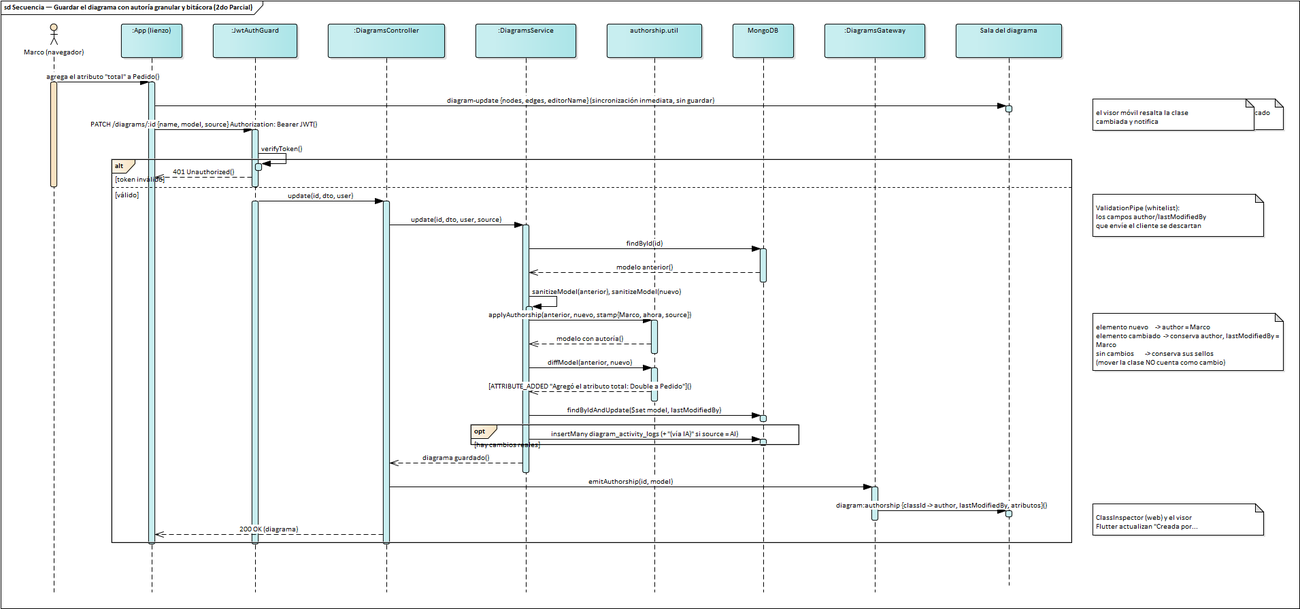
Above: docs/diagrams/ea/img/06_secuencia_guardado_autoria.png in luisfernandoAngulo28/generador_diagrama_clases_uml (PlantUML), before the change. Its source is kept beside it as docs/diagrams/2do_parcial/06_secuencia_guardado_autoria.plantuml. Its diagram source:
```plantuml
@startuml 06_secuencia_guardado_autoria
skinparam defaultFontName Arial
skinparam defaultFontSize 12
skinparam shadowing false
skinparam sequenceMessageAlign left
skinparam ParticipantBackgroundColor #EAF2FB
skinparam ParticipantBorderColor #2C3E50
skinparam NoteBackgroundColor #FFF8DC
autonumber "<b>0."
title Secuencia — Guardar el diagrama con autoría granular y bitácora (2do Parcial)\n<size:11>UML 2.5.1</size>

actor "Marco\n(navegador)" as marco
participant ":App\n(lienzo)" as app
participant ":JwtAuthGuard" as guard
participant ":DiagramsController" as ctl
participant ":DiagramsService" as svc
participant "authorship.util" as auth
database "MongoDB" as mongo
participant ":DiagramsGateway" as gw
collections "Sala del diagrama" as room

marco -> app : agrega el atributo "total" a Pedido
app -> room : diagram-update {nodes, edges, editorName}\n(sincronización inmediata, sin guardar)
note right of room : el visor móvil resalta la clase\ncambiada y notifica
...autoguardado (30 s), botón Guardar o cambio aplicado por la IA...
app -> guard : PATCH /diagrams/:id {name, model, source}\nAuthorization: Bearer JWT
guard -> guard : verifyToken()
alt token inválido
  guard --> app : 401 Unauthorized
else válido
  guard -> ctl : update(id, dto, user)
  note right of ctl : ValidationPipe (whitelist):\nlos campos author/lastModifiedBy\nque envíe el cliente se descartan
  ctl -> svc : update(id, dto, user, source)
  svc -> mongo : findById(id)
  mongo --> svc : modelo anterior
  svc -> svc : sanitizeModel(anterior), sanitizeModel(nuevo)
  svc -> auth : applyAuthorship(anterior, nuevo, stamp{Marco, ahora, source})
  note right of auth
    elemento nuevo     → author = Marco
    elemento cambiado  → conserva author, lastModifiedBy = Marco
    sin cambios        → conserva sus sellos
    (mover la clase NO cuenta como cambio)
  end note
  auth --> svc : modelo con autoría
  svc -> auth : diffModel(anterior, nuevo)
  auth --> svc : [ATTRIBUTE_ADDED "Agregó el atributo total: Double a Pedido"]
  svc -> mongo : findByIdAndUpdate($set model, lastModifiedBy)
  opt hay cambios reales
    svc -> mongo : insertMany diagram_activity_logs\n(+ "(vía IA)" si source = AI)
  end
  svc --> ctl : diagrama guardado
  ctl -> gw : emitAuthorship(id, model)
  gw -> room : diagram:authorship {classId → author, lastModifiedBy, atributos}
  note right of room : ClassInspector (web) y el visor\nFlutter actualizan "Creada por…"
  ctl --> app : 200 OK (diagrama)
end
@enduml
```
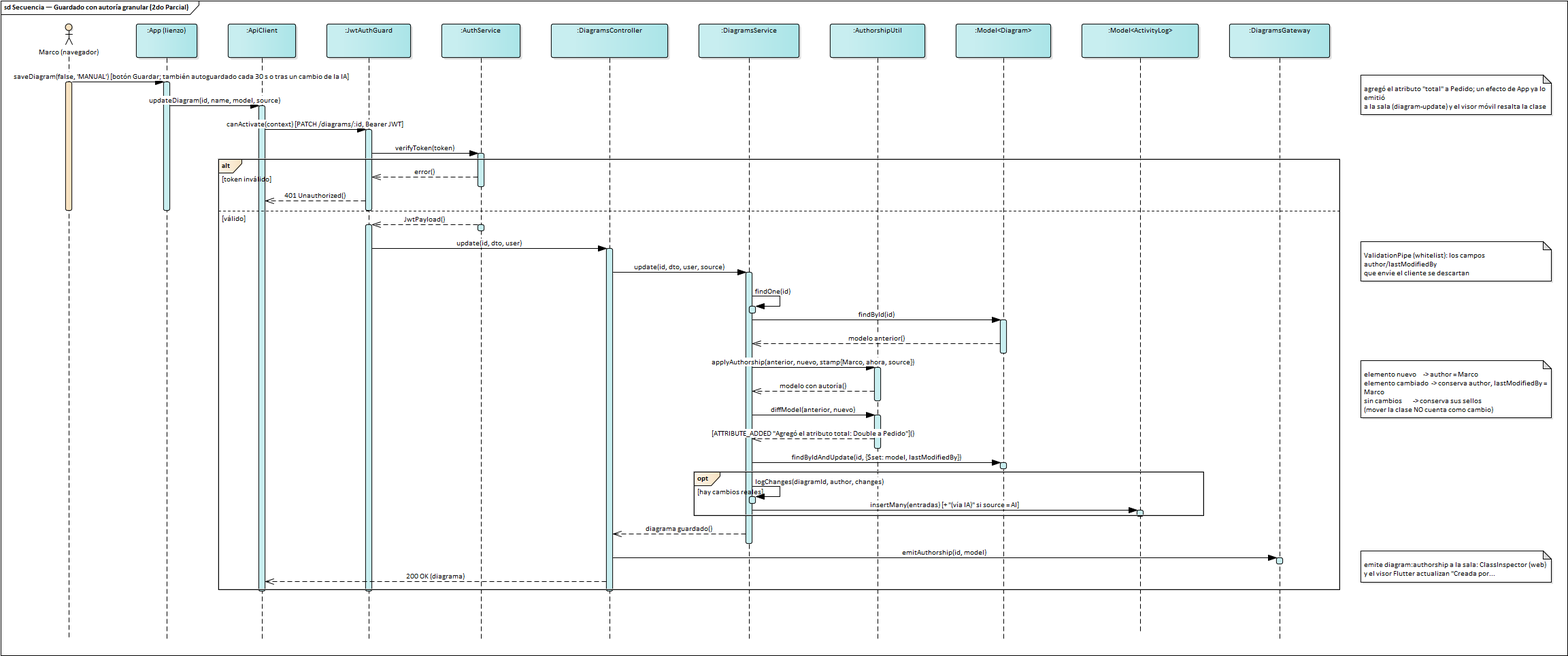
Above is the later version.

What changed in the source:
```diff
@@ -7,51 +7,54 @@
 skinparam ParticipantBorderColor #2C3E50
 skinparam NoteBackgroundColor #FFF8DC
 autonumber "<b>0."
-title Secuencia — Guardar el diagrama con autoría granular y bitácora (2do Parcial)\n<size:11>UML 2.5.1</size>
+title Secuencia — Guardado con autoría granular (2do Parcial)\n<size:11>UML 2.5.1 · cada mensaje es una operación de la clase que lo recibe</size>
 
 actor "Marco\n(navegador)" as marco
 participant ":App\n(lienzo)" as app
+participant ":ApiClient" as api
 participant ":JwtAuthGuard" as guard
+participant ":AuthService" as authSvc
 participant ":DiagramsController" as ctl
 participant ":DiagramsService" as svc
-participant "authorship.util" as auth
-database "MongoDB" as mongo
+participant ":AuthorshipUtil" as auth
+participant ":Model<Diagram>" as dmodel
+participant ":Model<ActivityLog>" as lmodel
 participant ":DiagramsGateway" as gw
-collections "Sala del diagrama" as room
 
-marco -> app : agrega el atributo "total" a Pedido
-app -> room : diagram-update {nodes, edges, editorName}\n(sincronización inmediata, sin guardar)
-note right of room : el visor móvil resalta la clase\ncambiada y notifica
-...autoguardado (30 s), botón Guardar o cambio aplicado por la IA...
-app -> guard : PATCH /diagrams/:id {name, model, source}\nAuthorization: Bearer JWT
-guard -> guard : verifyToken()
+note over marco : agregó el atributo "total" a Pedido; un efecto de App ya lo emitió\na la sala (diagram-update) y el visor móvil resalta la clase
+marco -> app : saveDiagram(false, 'MANUAL') [botón Guardar; también autoguardado cada 30 s o tras un cambio de la IA]
+app -> api : updateDiagram(id, name, model, source)
+api -> guard : canActivate(context) [PATCH /diagrams/:id, Bearer JWT]
+guard -> authSvc : verifyToken(token)
 alt token inválido
-  guard --> app : 401 Unauthorized
+  authSvc --> guard : error
+  guard --> api : 401 Unauthorized
 else válido
+  authSvc --> guard : JwtPayload
   guard -> ctl : update(id, dto, user)
-  note right of ctl : ValidationPipe (whitelist):\nlos campos author/lastModifiedBy\nque envíe el cliente se descartan
+  note right of ctl : ValidationPipe (whitelist): los campos author/lastModifiedBy\nque envíe el cliente se descartan
   ctl -> svc : update(id, dto, user, source)
-  svc -> mongo : findById(id)
-  mongo --> svc : modelo anterior
-  svc -> svc : sanitizeModel(anterior), sanitizeModel(nuevo)
+  svc -> svc : findOne(id)
+  svc -> dmodel : findById(id)
+  dmodel --> svc : modelo anterior
   svc -> auth : applyAuthorship(anterior, nuevo, stamp{Marco, ahora, source})
   note right of auth
-    elemento nuevo     → author = Marco
-    elemento cambiado  → conserva author, lastModifiedBy = Marco
-    sin cambios        → conserva sus sellos
+    elemento nuevo     -> author = Marco
+    elemento cambiado  -> conserva author, lastModifiedBy = Marco
+    sin cambios        -> conserva sus sellos
     (mover la clase NO cuenta como cambio)
   end note
   auth --> svc : modelo con autoría
   svc -> auth : diffModel(anterior, nuevo)
   auth --> svc : [ATTRIBUTE_ADDED "Agregó el atributo total: Double a Pedido"]
-  svc -> mongo : findByIdAndUpdate($set model, lastModifiedBy)
+  svc -> dmodel : findByIdAndUpdate(id, {$set: model, lastModifiedBy})
   opt hay cambios reales
-    svc -> mongo : insertMany diagram_activity_logs\n(+ "(vía IA)" si source = AI)
+    svc -> svc : logChanges(diagramId, author, changes)
+    svc -> lmodel : insertMany(entradas) [+ "(vía IA)" si source = AI]
   end
   svc --> ctl : diagrama guardado
   ctl -> gw : emitAuthorship(id, model)
-  gw -> room : diagram:authorship {classId → author, lastModifiedBy, atributos}
-  note right of room : ClassInspector (web) y el visor\nFlutter actualizan "Creada por…"
-  ctl --> app : 200 OK (diagrama)
+  note right of gw : emite diagram:authorship a la sala: ClassInspector (web)\ny el visor Flutter actualizan "Creada por…"
+  ctl --> api : 200 OK (diagrama)
 end
 @enduml
```
